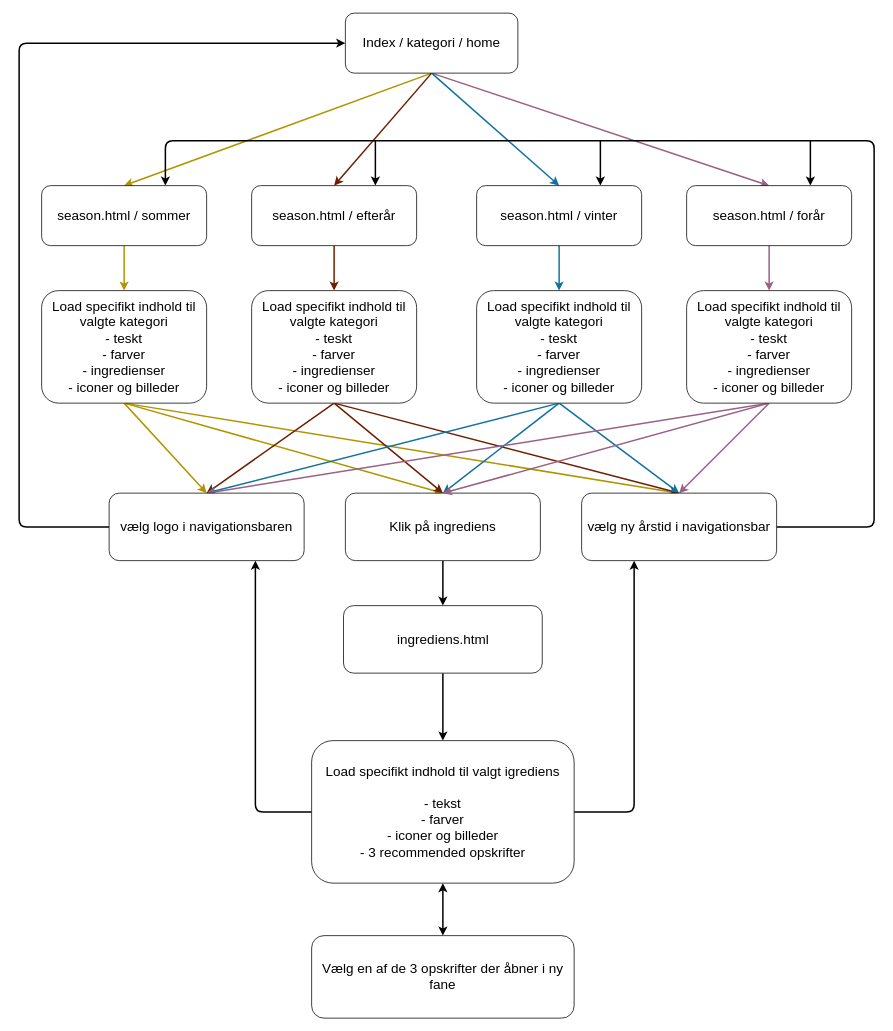
Before: func-diagram.drawio in SmoIIy/Wildfood, a draw.io diagram. Source tidied: cells renumbered, new cells numbered last; positions are measured from the earlier drawing's top-left corner, leaving out a move shared by most shapes. Both pictures are drawn from the tidied source at 75%, with x=0, y=0 at pixel (19, 13).
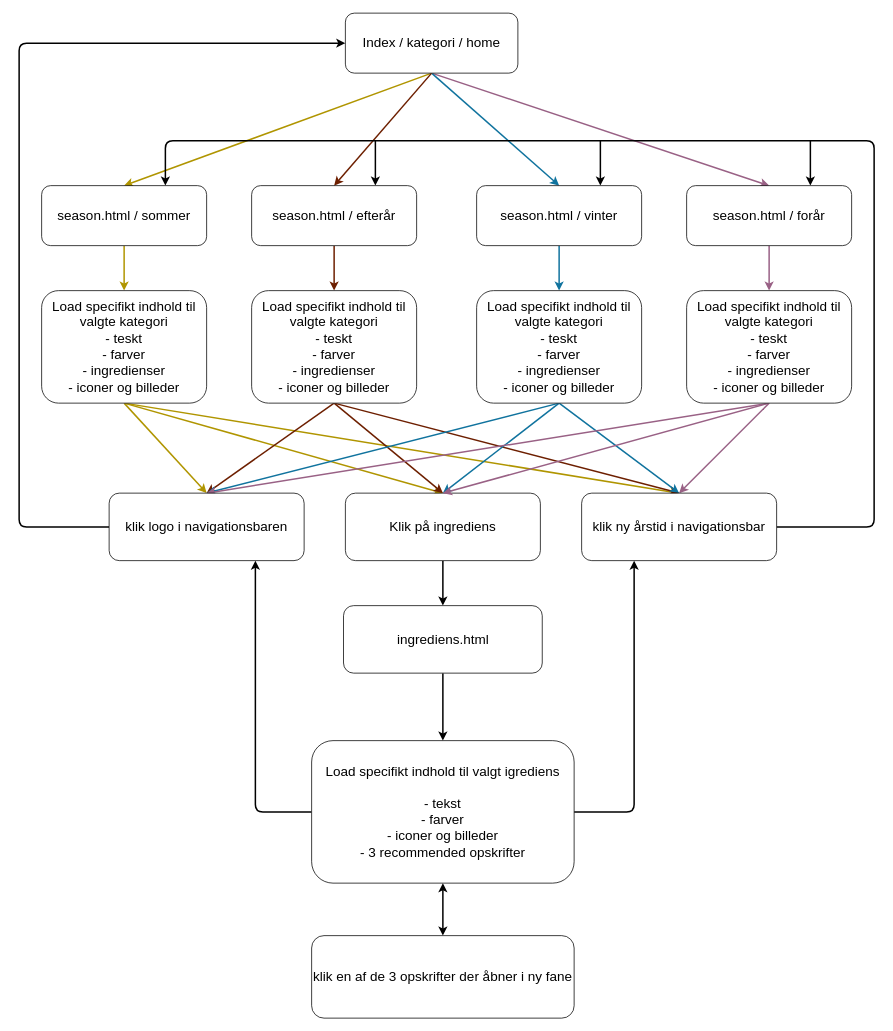
The same diagram, later.

Commit message:
lille opdatering

What changed in the source:
```diff
@@
-    <mxCell id="37" value="&lt;font style=&quot;font-size: 18px;&quot;&gt;vælg ny årstid i navigationsbar&lt;/font&gt;" style="rounded=1;whiteSpace=wrap;html=1;fontSize=15;" parent="1" vertex="1">
+    <mxCell id="37" value="&lt;font style=&quot;font-size: 18px;&quot;&gt;klik ny årstid i navigationsbar&lt;/font&gt;" style="rounded=1;whiteSpace=wrap;html=1;fontSize=15;" parent="1" vertex="1">
       <mxGeometry x="750" y="640" width="260" height="90" as="geometry" />
     </mxCell>
@@
-    <mxCell id="44" value="&lt;font style=&quot;font-size: 18px;&quot;&gt;vælg logo i navigationsbaren&lt;/font&gt;" style="rounded=1;whiteSpace=wrap;html=1;fontSize=15;" parent="1" vertex="1">
+    <mxCell id="44" value="&lt;font style=&quot;font-size: 18px;&quot;&gt;klik logo i navigationsbaren&lt;/font&gt;" style="rounded=1;whiteSpace=wrap;html=1;fontSize=15;" parent="1" vertex="1">
       <mxGeometry x="120" y="640" width="260" height="90" as="geometry" />
     </mxCell>
-    <mxCell id="45" value="&lt;font style=&quot;font-size: 18px;&quot;&gt;Vælg en af de 3 opskrifter der åbner i ny fane&lt;/font&gt;" style="rounded=1;whiteSpace=wrap;html=1;fontSize=15;" parent="1" vertex="1">
+    <mxCell id="45" value="&lt;font style=&quot;font-size: 18px;&quot;&gt;klik en af de 3 opskrifter der åbner i ny fane&lt;/font&gt;" style="rounded=1;whiteSpace=wrap;html=1;fontSize=15;" parent="1" vertex="1">
       <mxGeometry x="390" y="1230" width="350" height="110" as="geometry" />
     </mxCell>
```
